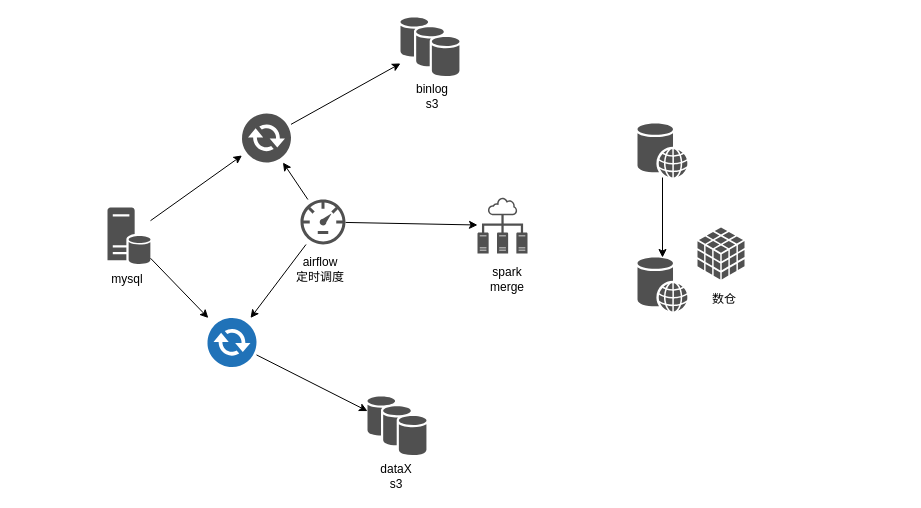
wangbin2188/draw keeps this draw.io diagram as canal.drawio. Above is the earlier version. Source tidied: cells renumbered, new cells numbered last; positions are measured from the earlier drawing's top-left corner, leaving out a move shared by most shapes. Both pictures are drawn from the tidied source at 100%, with x=0, y=0 at pixel (107, 17).
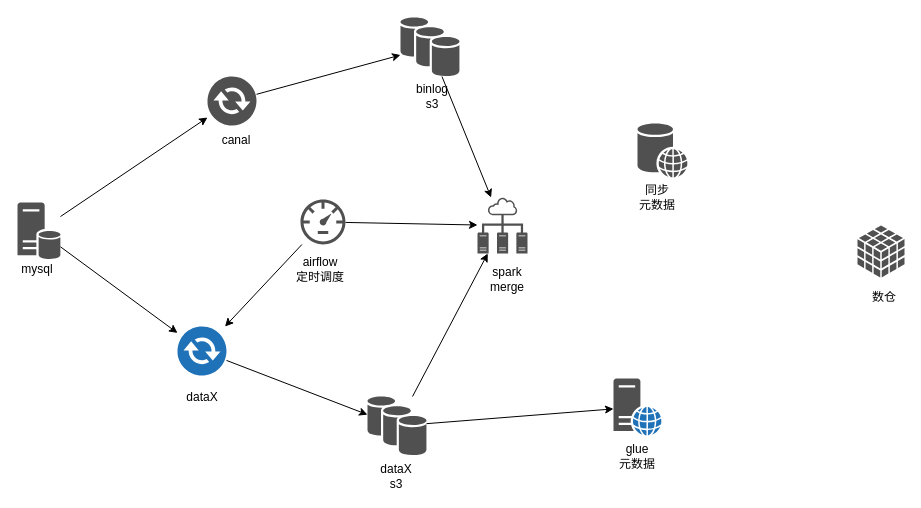
The same page after the edit.

The change refers to these unchanged cells:
```xml
<mxCell id="2" style="shadow=0;dashed=0;html=1;strokeColor=none;fillColor=#505050;labelPosition=center;verticalLabelPosition=bottom;verticalAlign=top;outlineConnect=0;align=center;shape=mxgraph.office.databases.database_availability_group;" parent="1" vertex="1">
  <mxGeometry x="293" width="59" height="59" as="geometry" />
</mxCell>
<mxCell id="7" style="shadow=0;dashed=0;html=1;strokeColor=none;fillColor=#505050;labelPosition=center;verticalLabelPosition=bottom;verticalAlign=top;outlineConnect=0;align=center;shape=mxgraph.office.databases.web_store;" parent="1" vertex="1">
  <mxGeometry x="530" y="106" width="50" height="54" as="geometry" />
</mxCell>
<mxCell id="9" style="shadow=0;dashed=0;html=1;strokeColor=none;fillColor=#505050;labelPosition=center;verticalLabelPosition=bottom;verticalAlign=top;outlineConnect=0;align=center;shape=mxgraph.office.databases.database_availability_group;" parent="1" vertex="1">
  <mxGeometry x="260" y="379" width="59" height="59" as="geometry" />
</mxCell>
<mxCell id="13" style="shadow=0;dashed=0;html=1;strokeColor=none;fillColor=#505050;labelPosition=center;verticalLabelPosition=bottom;verticalAlign=top;outlineConnect=0;align=center;shape=mxgraph.office.concepts.bandwidth;" parent="1" vertex="1">
  <mxGeometry x="193" y="182" width="45" height="45" as="geometry" />
</mxCell>
<mxCell id="20" style="shadow=0;dashed=0;html=1;strokeColor=none;fillColor=#505050;labelPosition=center;verticalLabelPosition=bottom;verticalAlign=top;outlineConnect=0;align=center;shape=mxgraph.office.concepts.technical_diagram;" parent="1" vertex="1">
  <mxGeometry x="370" y="180" width="50" height="56" as="geometry" />
</mxCell>
```

The edit, as a diff of the source:
```diff
@@
+    <mxCell id="26" style="edgeStyle=none;rounded=0;jettySize=auto;html=1;" parent="1" edge="1" source="2" target="20">
+      <mxGeometry relative="1" as="geometry" />
+    </mxCell>
@@
     <mxCell id="5" style="shadow=0;dashed=0;html=1;strokeColor=none;fillColor=#505050;labelPosition=center;verticalLabelPosition=bottom;verticalAlign=top;outlineConnect=0;align=center;shape=mxgraph.office.databases.database_server;" parent="1" vertex="1">
-      <mxGeometry y="190" width="43" height="57" as="geometry" />
+      <mxGeometry x="-90" y="185" width="43" height="57" as="geometry" />
     </mxCell>
-    <mxCell id="6" style="edgeStyle=none;rounded=0;jettySize=auto;html=1;" parent="1" edge="1" source="7" target="8">
-      <mxGeometry relative="1" as="geometry" />
-    </mxCell>
@@
-    <mxCell id="8" style="shadow=0;dashed=0;html=1;strokeColor=none;fillColor=#505050;labelPosition=center;verticalLabelPosition=bottom;verticalAlign=top;outlineConnect=0;align=center;shape=mxgraph.office.databases.web_store;" parent="1" vertex="1">
-      <mxGeometry x="530" y="240" width="50" height="54" as="geometry" />
-    </mxCell>
+    <mxCell id="27" style="edgeStyle=none;rounded=0;jettySize=auto;html=1;" parent="1" edge="1" source="9" target="20">
+      <mxGeometry relative="1" as="geometry" />
+    </mxCell>
+    <mxCell id="28" style="edgeStyle=none;rounded=0;jettySize=auto;html=1;" parent="1" edge="1" source="9" target="31">
+      <mxGeometry relative="1" as="geometry" />
+    </mxCell>
@@
-    <mxCell id="10" style="edgeStyle=none;rounded=0;jettySize=auto;html=1;" parent="1" edge="1" source="13" target="14">
-      <mxGeometry relative="1" as="geometry" />
-    </mxCell>
@@
     <mxCell id="14" style="shadow=0;dashed=0;html=1;strokeColor=none;fillColor=#505050;labelPosition=center;verticalLabelPosition=bottom;verticalAlign=top;outlineConnect=0;align=center;shape=mxgraph.office.communications.exchange_active_sync;" parent="1" vertex="1">
-      <mxGeometry x="134.5" y="96" width="49" height="49" as="geometry" />
+      <mxGeometry x="100" y="59" width="49" height="49" as="geometry" />
     </mxCell>
@@
     <mxCell id="16" style="shadow=0;dashed=0;html=1;strokeColor=none;fillColor=#505050;labelPosition=center;verticalLabelPosition=bottom;verticalAlign=top;outlineConnect=0;align=center;shape=mxgraph.office.communications.exchange_active_sync;fillColor=#2072B8;" parent="1" vertex="1">
-      <mxGeometry x="100" y="300.5" width="49" height="49" as="geometry" />
+      <mxGeometry x="70" y="309" width="49" height="49" as="geometry" />
     </mxCell>
@@
     <mxCell id="22" style="shadow=0;dashed=0;html=1;strokeColor=none;fillColor=#505050;labelPosition=center;verticalLabelPosition=bottom;verticalAlign=top;align=center;shape=mxgraph.office.databases.database_cube;" parent="1" vertex="1">
-      <mxGeometry x="590" y="210" width="47" height="52" as="geometry" />
+      <mxGeometry x="750" y="208" width="47" height="52" as="geometry" />
     </mxCell>
     <mxCell id="23" value="mysql" style="text;html=1;strokeColor=none;fillColor=none;align=center;verticalAlign=middle;whiteSpace=wrap;rounded=0;" parent="1" vertex="1">
-      <mxGeometry y="252" width="40" height="20" as="geometry" />
+      <mxGeometry x="-90" y="242" width="40" height="20" as="geometry" />
     </mxCell>
     <mxCell id="24" value="数仓" style="text;html=1;strokeColor=none;fillColor=none;align=center;verticalAlign=middle;whiteSpace=wrap;rounded=0;" parent="1" vertex="1">
-      <mxGeometry x="597" y="272" width="40" height="20" as="geometry" />
+      <mxGeometry x="757" y="270" width="40" height="20" as="geometry" />
     </mxCell>
@@
+    <mxCell id="29" value="glue&lt;br&gt;元数据" style="text;html=1;strokeColor=none;fillColor=none;align=center;verticalAlign=middle;whiteSpace=wrap;rounded=0;" parent="1" vertex="1">
+      <mxGeometry x="490" y="429" width="80" height="20" as="geometry" />
+    </mxCell>
+    <mxCell id="30" value="同步&lt;br&gt;元数据" style="text;html=1;strokeColor=none;fillColor=none;align=center;verticalAlign=middle;whiteSpace=wrap;rounded=0;" parent="1" vertex="1">
+      <mxGeometry x="520" y="170" width="60" height="20" as="geometry" />
+    </mxCell>
+    <mxCell id="31" style="shadow=0;dashed=0;html=1;strokeColor=none;fillColor=#505050;labelPosition=center;verticalLabelPosition=bottom;verticalAlign=top;outlineConnect=0;align=center;shape=mxgraph.office.servers.web_server_blue;" parent="1" vertex="1">
+      <mxGeometry x="506" y="361" width="48" height="57" as="geometry" />
+    </mxCell>
+    <mxCell id="32" value="canal" style="text;html=1;strokeColor=none;fillColor=none;align=center;verticalAlign=middle;whiteSpace=wrap;rounded=0;" parent="1" vertex="1">
+      <mxGeometry x="109" y="113" width="40" height="20" as="geometry" />
+    </mxCell>
+    <mxCell id="33" value="dataX" style="text;html=1;strokeColor=none;fillColor=none;align=center;verticalAlign=middle;whiteSpace=wrap;rounded=0;" parent="1" vertex="1">
+      <mxGeometry x="75" y="370" width="40" height="20" as="geometry" />
+    </mxCell>
```
